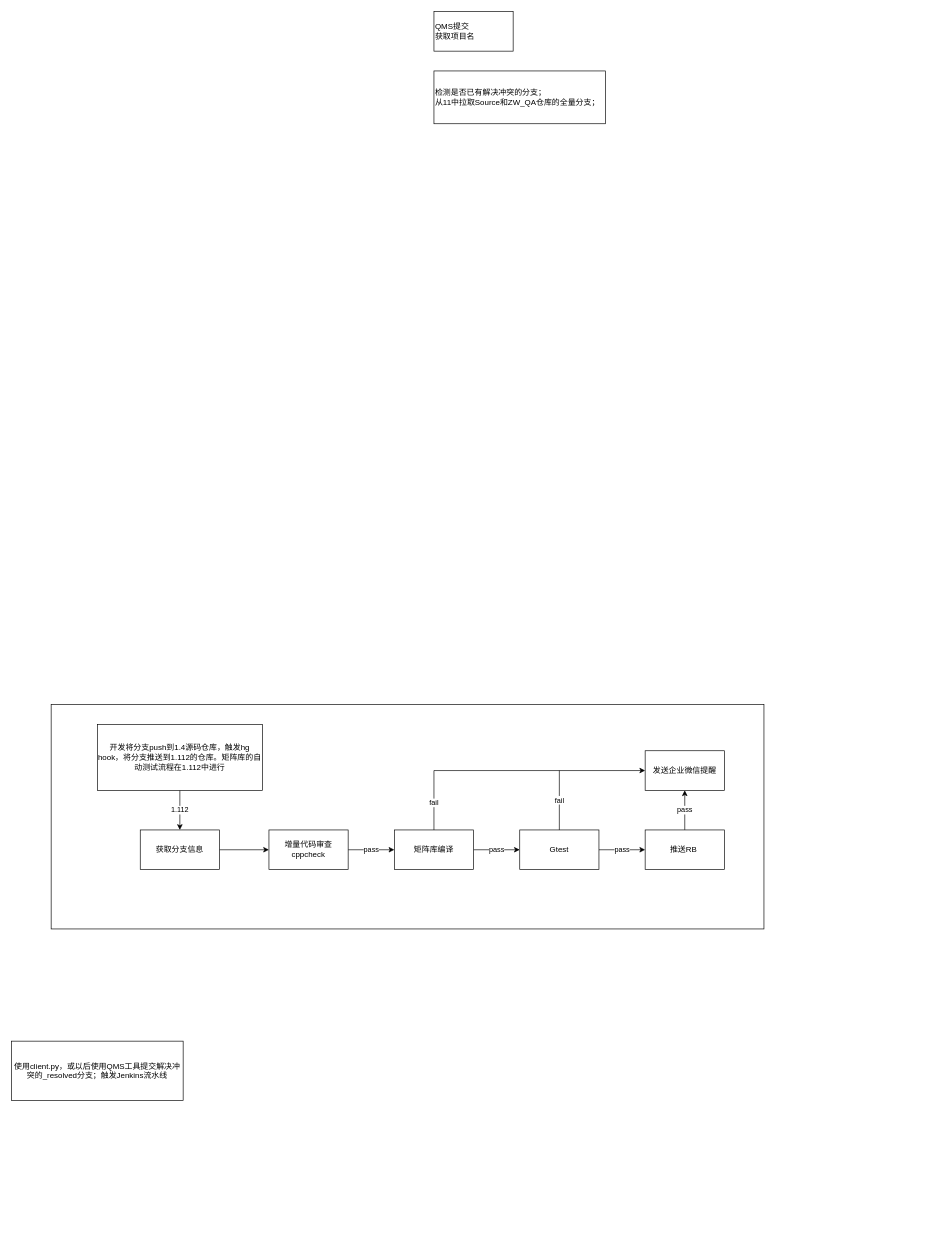
The draw.io diagram 冲突检测.drawio in YingSi163/Effy, before the edit. Source tidied: cells renumbered, new cells numbered last; positions are measured from the earlier drawing's top-left corner, leaving out a move shared by most shapes. Both pictures are drawn from the tidied source at 66%, with x=0, y=0 at pixel (11, 11).
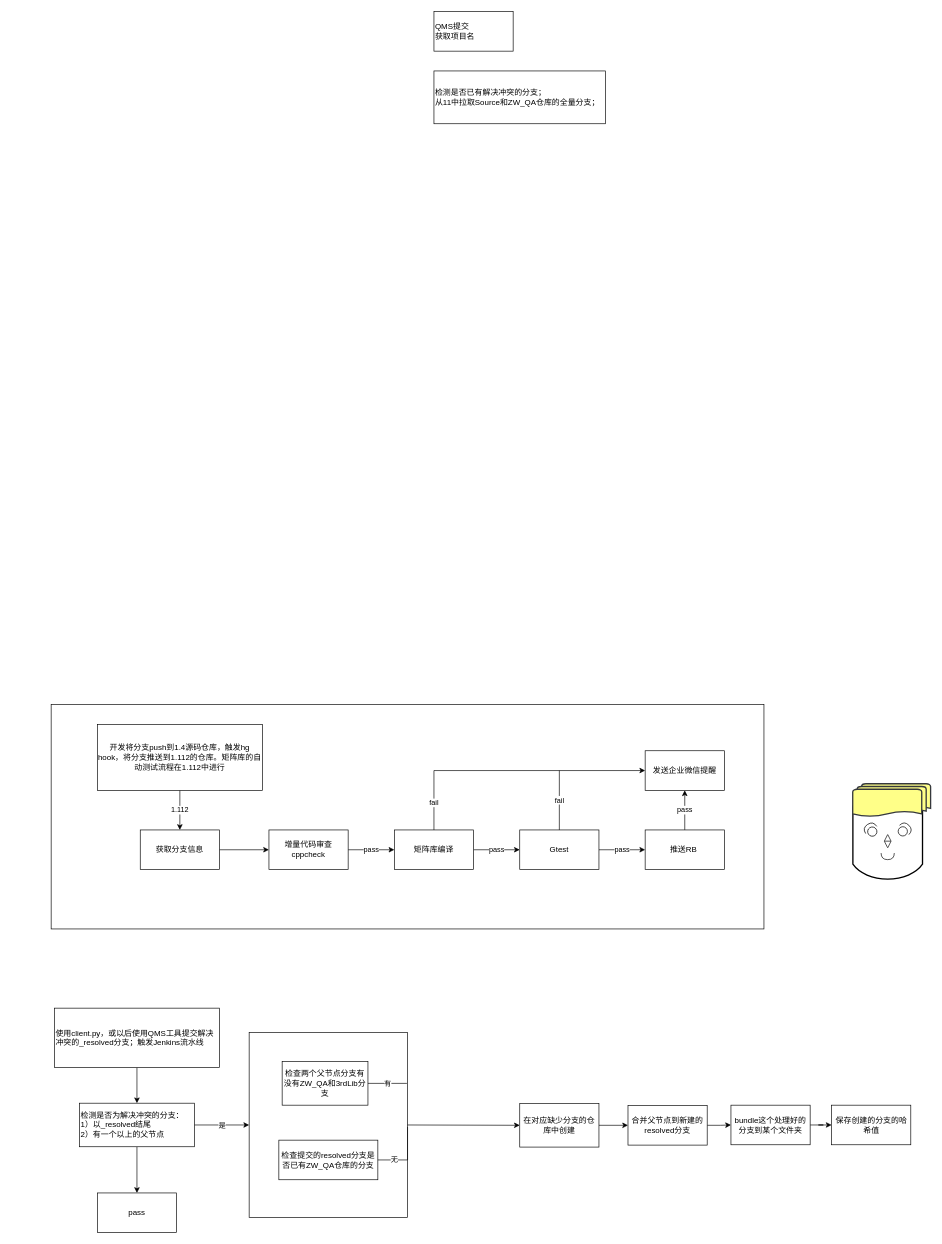
The same diagram, later.

Commit message:
更新冲突检测.drawio

Change to the diagram source:
```diff
@@
+    <mxCell id="21" style="rounded=0;whiteSpace=wrap;html=1;" parent="1" vertex="1">
+      <mxGeometry x="360" y="1547" width="240" height="280" as="geometry" />
+    </mxCell>
+    <mxCell id="22" style="strokeWidth=2;html=1;shape=mxgraph.flowchart.delay;whiteSpace=wrap;rotation=90;" parent="1" vertex="1">
+      <mxGeometry x="1270" y="1204.2" width="115" height="105.5" as="geometry" />
+    </mxCell>
@@
+    <mxCell id="23" style="edgeStyle=orthogonalEdgeStyle;rounded=0;jettySize=auto;html=1;" parent="1" edge="1" source="20" target="26">
+      <mxGeometry relative="1" as="geometry" />
+    </mxCell>
-    <mxCell id="20" value="使用client.py，或以后使用QMS工具提交解决冲突的_resolved分支；触发Jenkins流水线" style="rounded=0;whiteSpace=wrap;html=1;" parent="1" vertex="1">
-      <mxGeometry y="1560" width="260" height="90" as="geometry" />
+    <mxCell id="20" value="使用client.py，或以后使用QMS工具提交解决冲突的_resolved分支；触发Jenkins流水线" style="rounded=0;whiteSpace=wrap;html=1;align=left;" parent="1" vertex="1">
+      <mxGeometry x="65" y="1510" width="250" height="90" as="geometry" />
     </mxCell>
+    <mxCell id="24" value="是" style="edgeStyle=orthogonalEdgeStyle;rounded=0;jettySize=auto;html=1;" parent="1" edge="1" source="26">
+      <mxGeometry relative="1" as="geometry">
+        <mxPoint x="360" y="1687" as="targetPoint" />
+      </mxGeometry>
+    </mxCell>
+    <mxCell id="25" style="edgeStyle=orthogonalEdgeStyle;rounded=0;jettySize=auto;html=1;" parent="1" edge="1" source="26" target="39">
+      <mxGeometry relative="1" as="geometry" />
+    </mxCell>
+    <mxCell id="26" value="检测是否为解决冲突的分支：&lt;br&gt;1）以_resolved结尾&lt;br&gt;2）有一个以上的父节点" style="rounded=0;whiteSpace=wrap;html=1;align=left;" parent="1" vertex="1">
+      <mxGeometry x="103" y="1654" width="174" height="66" as="geometry" />
+    </mxCell>
+    <mxCell id="27" style="shape=providedRequiredInterface;html=1;verticalLabelPosition=bottom;sketch=0;rotation=-123;" parent="1" vertex="1">
+      <mxGeometry x="1292.5" y="1230" width="20" height="20" as="geometry" />
+    </mxCell>
+    <mxCell id="28" style="shape=providedRequiredInterface;html=1;verticalLabelPosition=bottom;sketch=0;rotation=-45;" parent="1" vertex="1">
+      <mxGeometry x="1342.5" y="1230" width="20" height="20" as="geometry" />
+    </mxCell>
+    <mxCell id="29" style="shape=requiredInterface;html=1;verticalLabelPosition=bottom;sketch=0;rotation=90;" parent="1" vertex="1">
+      <mxGeometry x="1322.5" y="1270" width="10" height="20" as="geometry" />
+    </mxCell>
+    <mxCell id="30" style="verticalLabelPosition=bottom;verticalAlign=top;html=1;shape=mxgraph.flowchart.sort;" parent="1" vertex="1">
+      <mxGeometry x="1322.5" y="1247" width="10" height="20" as="geometry" />
+    </mxCell>
+    <mxCell id="31" style="strokeWidth=2;html=1;shape=mxgraph.flowchart.multi-document;whiteSpace=wrap;fillColor=#ffff88;strokeColor=#36393d;" parent="1" vertex="1">
+      <mxGeometry x="1274.5" y="1170" width="118" height="50" as="geometry" />
+    </mxCell>
+    <mxCell id="32" style="edgeStyle=orthogonalEdgeStyle;rounded=0;jettySize=auto;html=1;" parent="1" edge="1" source="33" target="35">
+      <mxGeometry relative="1" as="geometry" />
+    </mxCell>
+    <mxCell id="33" value="在对应缺少分支的仓库中创建" style="rounded=0;whiteSpace=wrap;html=1;" parent="1" vertex="1">
+      <mxGeometry x="770" y="1654.5" width="120" height="66" as="geometry" />
+    </mxCell>
+    <mxCell id="34" style="edgeStyle=orthogonalEdgeStyle;rounded=0;jettySize=auto;html=1;" parent="1" edge="1" source="35" target="37">
+      <mxGeometry relative="1" as="geometry" />
+    </mxCell>
+    <mxCell id="35" value="合并父节点到新建的resolved分支" style="rounded=0;whiteSpace=wrap;html=1;" parent="1" vertex="1">
+      <mxGeometry x="934" y="1657.5" width="120" height="60" as="geometry" />
+    </mxCell>
+    <mxCell id="36" style="edgeStyle=orthogonalEdgeStyle;rounded=0;jettySize=auto;html=1;" parent="1" edge="1" source="37" target="38">
+      <mxGeometry relative="1" as="geometry" />
+    </mxCell>
+    <mxCell id="37" value="bundle这个处理好的分支到某个文件夹" style="rounded=0;whiteSpace=wrap;html=1;" parent="1" vertex="1">
+      <mxGeometry x="1090" y="1657" width="120" height="60" as="geometry" />
+    </mxCell>
+    <mxCell id="38" value="保存创建的分支的哈希值" style="rounded=0;whiteSpace=wrap;html=1;" parent="1" vertex="1">
+      <mxGeometry x="1242.5" y="1657" width="120" height="60" as="geometry" />
+    </mxCell>
+    <mxCell id="39" value="pass" style="rounded=0;whiteSpace=wrap;html=1;" parent="1" vertex="1">
+      <mxGeometry x="130" y="1790" width="120" height="60" as="geometry" />
+    </mxCell>
+    <mxCell id="40" value="检查提交的resolved分支是否已有ZW_QA仓库的分支" style="rounded=0;whiteSpace=wrap;html=1;" parent="1" vertex="1">
+      <mxGeometry x="405" y="1710" width="150" height="60" as="geometry" />
+    </mxCell>
+    <mxCell id="41" value="检查两个父节点分支有没有ZW_QA和3rdLib分支" style="rounded=0;whiteSpace=wrap;html=1;" parent="1" vertex="1">
+      <mxGeometry x="410" y="1591" width="130" height="66" as="geometry" />
+    </mxCell>
+    <mxCell id="42" value="无" style="endArrow=none;html=1;rounded=0;exitX=1;exitY=0.5;exitDx=0;exitDy=0;" parent="1" edge="1" source="40">
+      <mxGeometry x="-0.47" relative="1" as="geometry">
+        <mxPoint x="600" y="1690" as="targetPoint" />
+        <Array as="points">
+          <mxPoint x="600" y="1740" />
+        </Array>
+      </mxGeometry>
+    </mxCell>
+    <mxCell id="43" style="endArrow=classic;html=1;rounded=0;exitX=1;exitY=0.5;exitDx=0;exitDy=0;entryX=0;entryY=0.5;entryDx=0;entryDy=0;" parent="1" edge="1" source="21" target="33">
+      <mxGeometry relative="1" as="geometry" />
+    </mxCell>
+    <mxCell id="44" value="有" style="endArrow=none;html=1;rounded=0;exitX=1;exitY=0.5;exitDx=0;exitDy=0;entryX=0.996;entryY=0.275;entryDx=0;entryDy=0;entryPerimeter=0;" parent="1" edge="1" source="41" target="21">
+      <mxGeometry relative="1" as="geometry" />
+    </mxCell>
```
